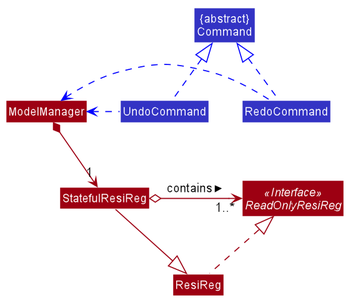
Earlier version of the PlantUML export docs/images/UndoRedoClassDiagram.png (nus-cs2103-AY2021S1/tp).
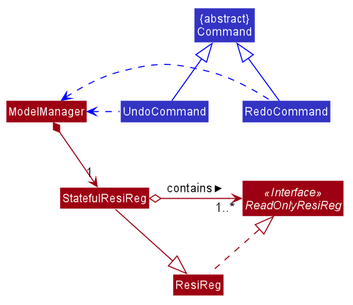
Above is the later version.

The edit, as a diff of the source:
```diff
@@ -68,9 +68,9 @@
 
 class UndoCommand #3333C4
 UndoCommand .left[#blue].> ModelManager
-UndoCommand .up[#blue].|> Command
+UndoCommand -up[#blue]-|> Command
 
 class RedoCommand #3333C4
 RedoCommand .left[#blue].> ModelManager
-RedoCommand .up[#blue].|> Command
+RedoCommand -up[#blue]-|> Command
 @enduml
```
